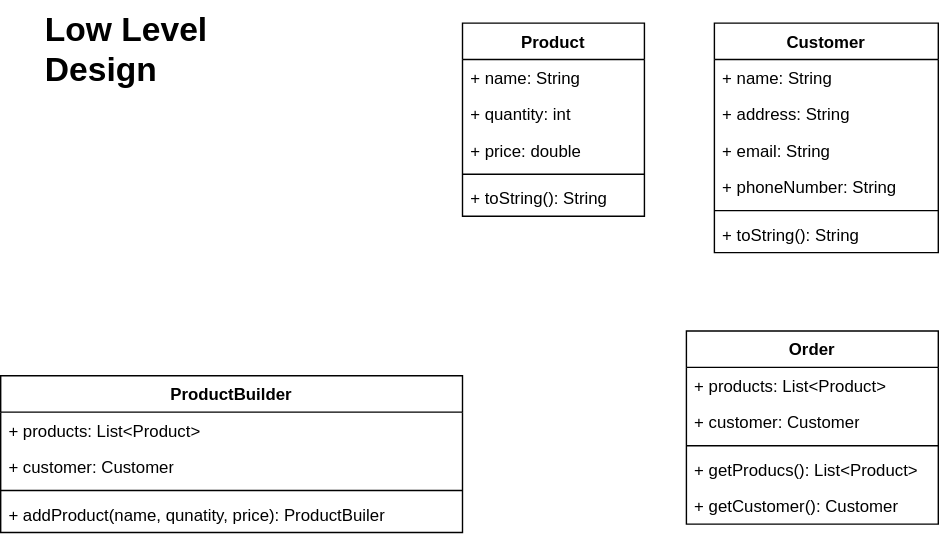
Before: OnlineShoppingSystem.drawio.svg, a diagram exported from draw.io (uchiharizvi/design-diagrams). Source tidied: cells renumbered, new cells last; positions are measured from the earlier drawing's top-left corner, leaving out a move shared by most shapes.
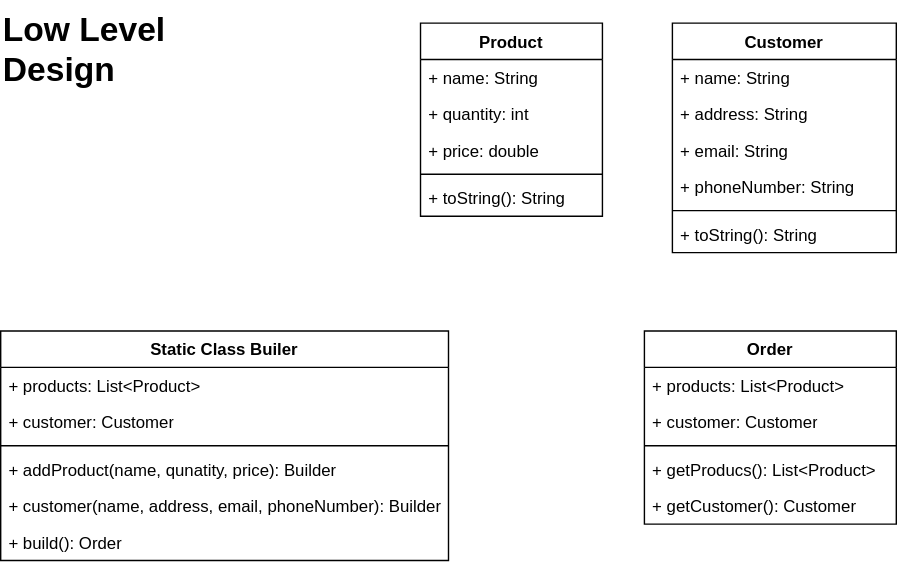
After the commit.

The edit, as a diff of the source:
```diff
@@ -5,21 +5,27 @@
     <mxCell id="2" value="&lt;h1 style=&quot;margin-top: 0px;&quot;&gt;Low Level Design&lt;/h1&gt;&lt;p&gt;&lt;br&gt;&lt;/p&gt;" style="text;html=1;whiteSpace=wrap;overflow=hidden;rounded=0;" parent="1" vertex="1">
       <mxGeometry x="30" width="180" height="66" as="geometry" />
     </mxCell>
-    <mxCell id="3" value="ProductBuilder" style="swimlane;fontStyle=1;align=center;verticalAlign=top;horizontal=1;startSize=26;whiteSpace=wrap;html=1;" parent="1" vertex="1">
-      <mxGeometry y="268" width="330" height="112" as="geometry" />
+    <mxCell id="3" value="Static Class Builer" style="swimlane;fontStyle=1;align=center;verticalAlign=top;horizontal=1;startSize=26;whiteSpace=wrap;html=1;" parent="1" vertex="1">
+      <mxGeometry x="30" y="236" width="320" height="164" as="geometry" />
     </mxCell>
     <mxCell id="4" value="+ products: List&amp;lt;Product&amp;gt;" style="text;strokeColor=none;fillColor=none;align=left;verticalAlign=top;spacingLeft=4;spacingRight=4;overflow=hidden;whiteSpace=wrap;html=1;" parent="3" vertex="1">
-      <mxGeometry y="26" width="330" height="26" as="geometry" />
+      <mxGeometry y="26" width="320" height="26" as="geometry" />
     </mxCell>
     <mxCell id="5" value="+ customer: Customer" style="text;strokeColor=none;fillColor=none;align=left;verticalAlign=top;spacingLeft=4;spacingRight=4;overflow=hidden;whiteSpace=wrap;html=1;" parent="3" vertex="1">
-      <mxGeometry y="52" width="330" height="26" as="geometry" />
+      <mxGeometry y="52" width="320" height="26" as="geometry" />
     </mxCell>
     <mxCell id="6" style="line;strokeWidth=1;fillColor=none;align=left;verticalAlign=middle;spacingTop=-1;spacingLeft=3;spacingRight=3;labelPosition=right;strokeColor=inherit;" parent="3" vertex="1">
-      <mxGeometry y="78" width="330" height="8" as="geometry" />
+      <mxGeometry y="78" width="320" height="8" as="geometry" />
     </mxCell>
-    <mxCell id="7" value="+ addProduct(name, qunatity, price): ProductBuiler" style="text;strokeColor=none;fillColor=none;align=left;verticalAlign=top;spacingLeft=4;spacingRight=4;overflow=hidden;whiteSpace=wrap;html=1;" parent="3" vertex="1">
-      <mxGeometry y="86" width="330" height="26" as="geometry" />
+    <mxCell id="7" value="+ addProduct(name, qunatity, price): Builder" style="text;strokeColor=none;fillColor=none;align=left;verticalAlign=top;spacingLeft=4;spacingRight=4;overflow=hidden;whiteSpace=wrap;html=1;" parent="3" vertex="1">
+      <mxGeometry y="86" width="320" height="26" as="geometry" />
     </mxCell>
+    <mxCell id="27" value="+ customer(name, address, email, phoneNumber): Builder" style="text;strokeColor=none;fillColor=none;align=left;verticalAlign=top;spacingLeft=4;spacingRight=4;overflow=hidden;whiteSpace=wrap;html=1;" parent="3" vertex="1">
+      <mxGeometry y="112" width="320" height="26" as="geometry" />
+    </mxCell>
+    <mxCell id="28" value="+ build(): Order" style="text;strokeColor=none;fillColor=none;align=left;verticalAlign=top;spacingLeft=4;spacingRight=4;overflow=hidden;whiteSpace=wrap;html=1;" parent="3" vertex="1">
+      <mxGeometry y="138" width="320" height="26" as="geometry" />
+    </mxCell>
     <mxCell id="8" value="Product" style="swimlane;fontStyle=1;align=center;verticalAlign=top;horizontal=1;startSize=26;whiteSpace=wrap;html=1;" parent="1" vertex="1">
       <mxGeometry x="330" y="16" width="130" height="138" as="geometry" />
     </mxCell>
```
